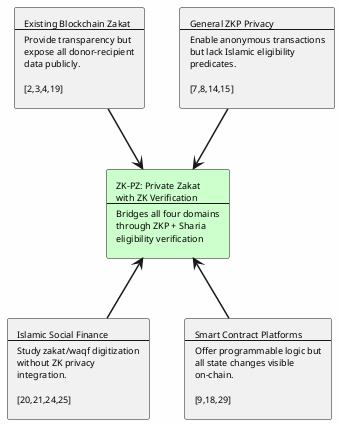
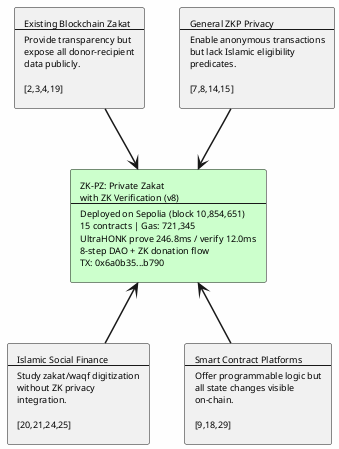
@startuml
skinparam backgroundColor #FEFEFE
skinparam shadowing false
skinparam defaultFontName Times-Roman
skinparam defaultFontSize 9
skinparam arrowThickness 1.5


rectangle "Existing Blockchain Zakat\n--\nProvide transparency but\nexpose all donor-recipient\ndata publicly.\n\n[2,3,4,19]" as TL
rectangle "General ZKP Privacy\n--\nEnable anonymous transactions\nbut lack Islamic eligibility\npredicates.\n\n[7,8,14,15]" as TR
rectangle "Islamic Social Finance\n--\nStudy zakat/waqf digitization\nwithout ZK privacy\nintegration.\n\n[20,21,24,25]" as BL
rectangle "Smart Contract Platforms\n--\nOffer programmable logic but\nall state changes visible\non-chain.\n\n[9,18,29]" as BR

- rectangle "ZK-PZ: Private Zakat\nwith ZK Verification\n--\nBridges all four domains\nthrough ZKP + Sharia\neligibility verification" as CENTER #CCFFCC
+ rectangle "ZK-PZ: Private Zakat\nwith ZK Verification (v8)\n--\nDeployed on Sepolia (block 10,854,651)\n15 contracts | Gas: 721,345\nUltraHONK prove 246.8ms / verify 12.0ms\n8-step DAO + ZK donation flow\nTX: 0x6a0b35...b790" as CENTER #CCFFCC

TL -down-> CENTER
TR -down-> CENTER
BL -up-> CENTER
BR -up-> CENTER

@enduml
